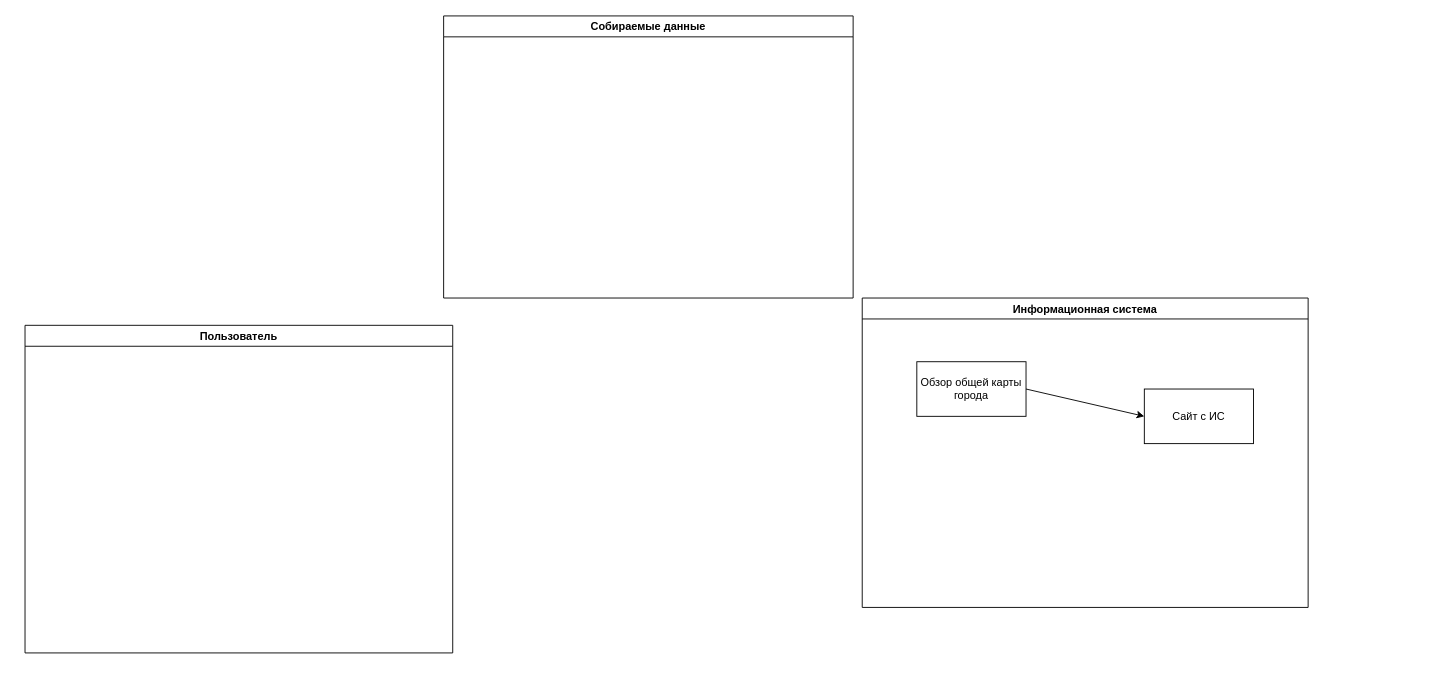
Above: Модель предметной области.drawio in elmirhismatov/Diplom (draw.io), before the change. Source tidied: cells renumbered, new cells numbered last; positions are measured from the earlier drawing's top-left corner, leaving out a move shared by most shapes. Both pictures are drawn from the tidied source at 91%, with x=0, y=0 at pixel (25, 15).
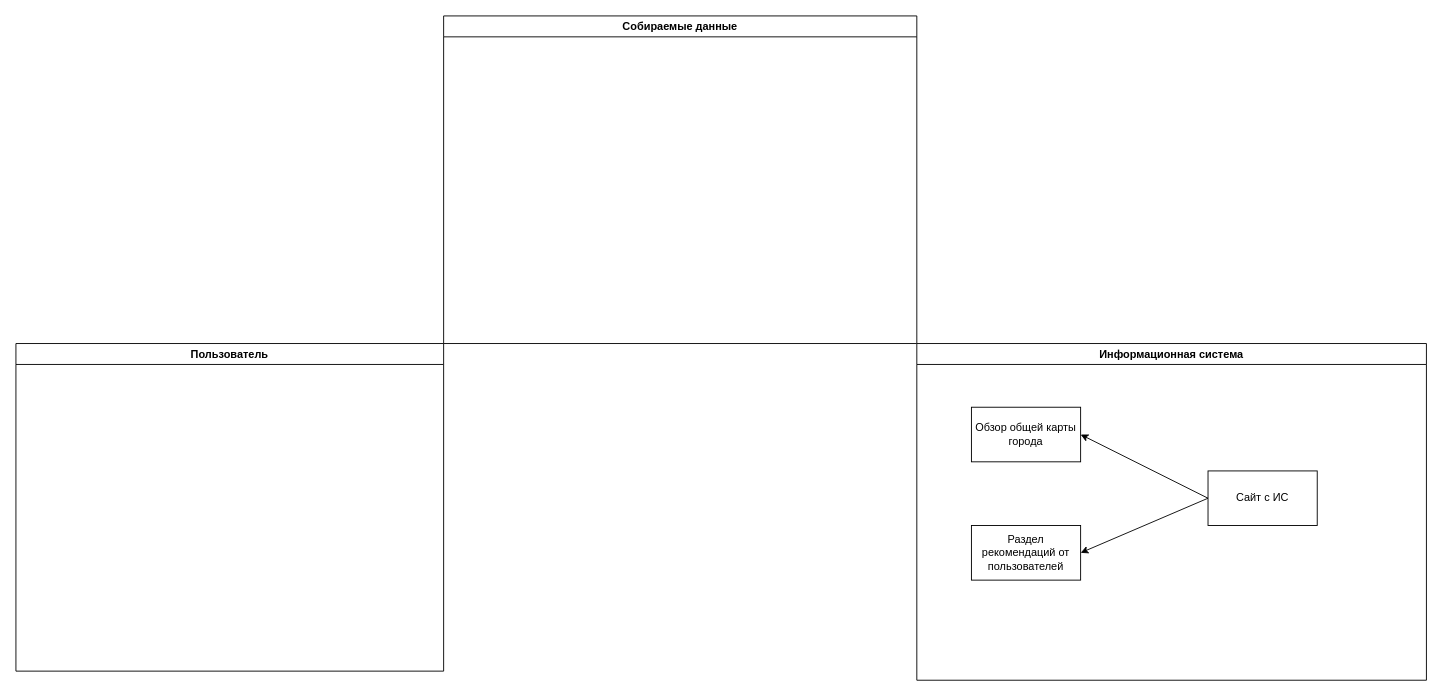
Above is the later version.

Change to the diagram source:
```diff
@@
 <mxGraphModel>
   <root>
     <mxCell id="0" />
     <mxCell id="1" parent="0" />
     <mxCell id="2" value="Пользователь" style="swimlane;fillColor=#FFFFFF;startSize=23;" parent="1" vertex="1">
-      <mxGeometry y="340" width="470" height="360" as="geometry" />
+      <mxGeometry x="-10" y="360" width="470" height="360" as="geometry" />
     </mxCell>
     <mxCell id="3" value="Собираемые данные" style="swimlane;fillColor=#FFFFFF;" parent="1" vertex="1">
-      <mxGeometry x="460" width="450" height="310" as="geometry" />
+      <mxGeometry x="460" width="520" height="360" as="geometry" />
     </mxCell>
     <mxCell id="4" value="Информационная система" style="swimlane;fillColor=#FFFFFF;" parent="1" vertex="1">
-      <mxGeometry x="920" y="310" width="490" height="340" as="geometry" />
+      <mxGeometry x="980" y="360" width="560" height="370" as="geometry" />
     </mxCell>
     <mxCell id="5" value="Сайт с ИС" style="rounded=0;whiteSpace=wrap;html=1;fillColor=#FFFFFF;" parent="4" vertex="1">
-      <mxGeometry x="310" y="100" width="120" height="60" as="geometry" />
+      <mxGeometry x="320" y="140" width="120" height="60" as="geometry" />
     </mxCell>
     <mxCell id="6" value="Обзор общей карты города" style="rounded=0;whiteSpace=wrap;html=1;fillColor=#FFFFFF;" parent="4" vertex="1">
       <mxGeometry x="60" y="70" width="120" height="60" as="geometry" />
     </mxCell>
-    <mxCell id="7" style="endArrow=classic;html=1;rounded=0;exitX=1;exitY=0.5;exitDx=0;exitDy=0;entryX=0;entryY=0.5;entryDx=0;entryDy=0;" parent="4" edge="1" source="6" target="5">
+    <mxCell id="7" style="endArrow=classic;html=1;rounded=0;entryX=1;entryY=0.5;entryDx=0;entryDy=0;exitX=0;exitY=0.5;exitDx=0;exitDy=0;" parent="4" edge="1" source="5" target="6">
       <mxGeometry relative="1" as="geometry" />
     </mxCell>
+    <mxCell id="8" value="Раздел рекомендаций от пользователей" style="rounded=0;whiteSpace=wrap;html=1;fillColor=#FFFFFF;" parent="4" vertex="1">
+      <mxGeometry x="60" y="200" width="120" height="60" as="geometry" />
+    </mxCell>
+    <mxCell id="9" style="endArrow=classic;html=1;rounded=0;exitX=0;exitY=0.5;exitDx=0;exitDy=0;entryX=1;entryY=0.5;entryDx=0;entryDy=0;" parent="4" edge="1" source="5" target="8">
+      <mxGeometry relative="1" as="geometry" />
+    </mxCell>
   </root>
 </mxGraphModel>
```
